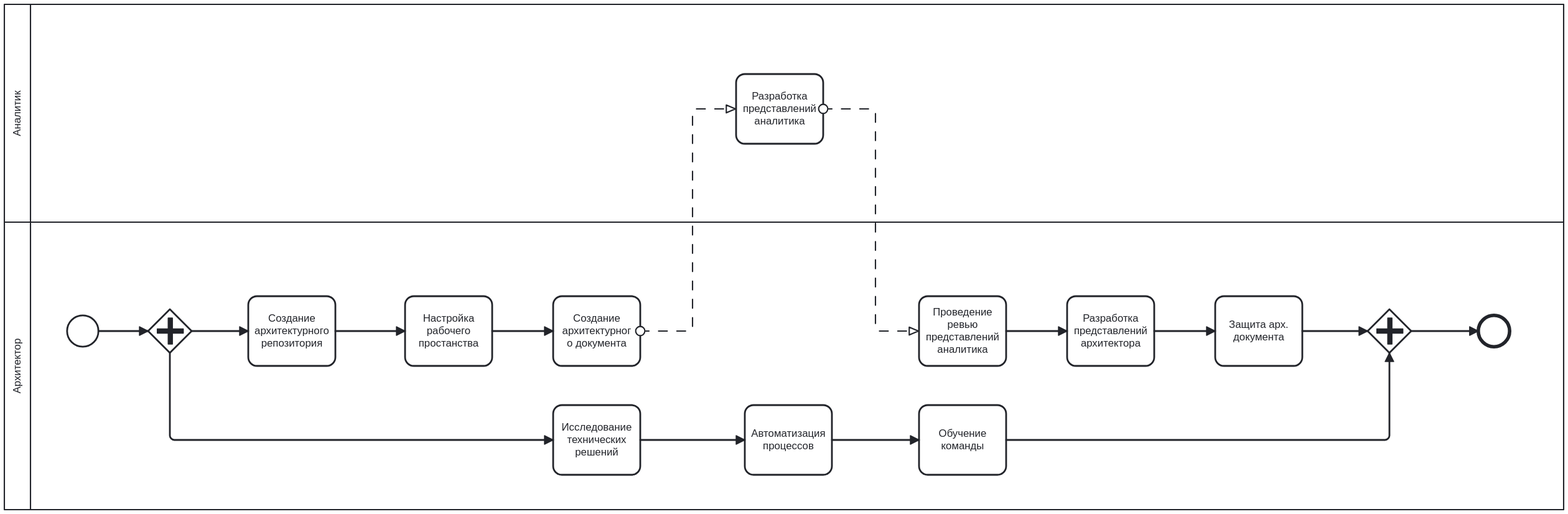
denis-volnenko/denis-volnenko.github.io keeps this BPMN diagram as site/images/process-archdoc-disign.svg. Above is the earlier version. Its source is kept beside it as site/images/process-archdoc-disign.bpmn. Ids are renumbered. The source it was exported from:
```xml
<bpmn:definitions xmlns:bpmn="http://www.omg.org/spec/BPMN/20100524/MODEL" xmlns:bpmndi="http://www.omg.org/spec/BPMN/20100524/DI" xmlns:dc="http://www.omg.org/spec/DD/20100524/DC" xmlns:di="http://www.omg.org/spec/DD/20100524/DI" xmlns:modeler="http://camunda.org/schema/modeler/1.0" id="Definitions_n1" targetNamespace="http://bpmn.io/schema/bpmn" exporter="Camunda Modeler" exporterVersion="5.30.0" modeler:executionPlatform="Camunda Cloud" modeler:executionPlatformVersion="8.6.0">
  <bpmn:collaboration id="Collaboration_n2">
    <bpmn:participant id="Participant_n3" name="Архитектор" processRef="Process_n4" />
    <bpmn:participant id="Participant_n5" name="Аналитик" processRef="Process_n6" />
    <bpmn:messageFlow id="Flow_n7" sourceRef="Activity_n8" targetRef="Activity_n9" />
    <bpmn:messageFlow id="Flow_n10" sourceRef="Activity_n9" targetRef="Activity_n11" />
  </bpmn:collaboration>
  <bpmn:process id="Process_n4" isExecutable="true">
    <bpmn:task id="Activity_n12" name="Создание архитектурного репозитория">
      <bpmn:incoming>Flow_n13</bpmn:incoming>
      <bpmn:outgoing>Flow_n14</bpmn:outgoing>
    </bpmn:task>
    <bpmn:task id="Activity_n15" name="Настройка рабочего простанства">
      <bpmn:incoming>Flow_n14</bpmn:incoming>
      <bpmn:outgoing>Flow_n16</bpmn:outgoing>
    </bpmn:task>
    <bpmn:task id="Activity_n11" name="Проведение ревью представлений аналитика">
      <bpmn:outgoing>Flow_n17</bpmn:outgoing>
    </bpmn:task>
    <bpmn:task id="Activity_n18" name="Разработка представлений архитектора">
      <bpmn:incoming>Flow_n17</bpmn:incoming>
      <bpmn:outgoing>Flow_n19</bpmn:outgoing>
    </bpmn:task>
    <bpmn:task id="Activity_n20" name="Защита арх. документа">
      <bpmn:incoming>Flow_n19</bpmn:incoming>
      <bpmn:outgoing>Flow_n21</bpmn:outgoing>
    </bpmn:task>
    <bpmn:task id="Activity_n8" name="Создание архитектурного документа">
      <bpmn:incoming>Flow_n16</bpmn:incoming>
    </bpmn:task>
    <bpmn:startEvent id="StartEvent_1">
      <bpmn:outgoing>Flow_n22</bpmn:outgoing>
    </bpmn:startEvent>
    <bpmn:parallelGateway id="Gateway_n23">
      <bpmn:incoming>Flow_n22</bpmn:incoming>
      <bpmn:outgoing>Flow_n13</bpmn:outgoing>
      <bpmn:outgoing>Flow_n24</bpmn:outgoing>
    </bpmn:parallelGateway>
    <bpmn:endEvent id="Event_n25">
      <bpmn:incoming>Flow_n26</bpmn:incoming>
    </bpmn:endEvent>
    <bpmn:parallelGateway id="Gateway_n27">
      <bpmn:incoming>Flow_n21</bpmn:incoming>
      <bpmn:incoming>Flow_n28</bpmn:incoming>
      <bpmn:outgoing>Flow_n26</bpmn:outgoing>
    </bpmn:parallelGateway>
    <bpmn:task id="Activity_n29" name="Обучение команды">
      <bpmn:incoming>Flow_n30</bpmn:incoming>
      <bpmn:outgoing>Flow_n28</bpmn:outgoing>
    </bpmn:task>
    <bpmn:task id="Activity_n31" name="Автоматизация процессов">
      <bpmn:incoming>Flow_n32</bpmn:incoming>
      <bpmn:outgoing>Flow_n30</bpmn:outgoing>
    </bpmn:task>
    <bpmn:task id="Activity_n33" name="Исследование технических решений">
      <bpmn:incoming>Flow_n24</bpmn:incoming>
      <bpmn:outgoing>Flow_n32</bpmn:outgoing>
    </bpmn:task>
    <bpmn:sequenceFlow id="Flow_n13" sourceRef="Gateway_n23" targetRef="Activity_n12" />
    <bpmn:sequenceFlow id="Flow_n14" sourceRef="Activity_n12" targetRef="Activity_n15" />
    <bpmn:sequenceFlow id="Flow_n16" sourceRef="Activity_n15" targetRef="Activity_n8" />
    <bpmn:sequenceFlow id="Flow_n17" sourceRef="Activity_n11" targetRef="Activity_n18" />
    <bpmn:sequenceFlow id="Flow_n19" sourceRef="Activity_n18" targetRef="Activity_n20" />
    <bpmn:sequenceFlow id="Flow_n21" sourceRef="Activity_n20" targetRef="Gateway_n27" />
    <bpmn:sequenceFlow id="Flow_n22" sourceRef="StartEvent_1" targetRef="Gateway_n23" />
    <bpmn:sequenceFlow id="Flow_n24" sourceRef="Gateway_n23" targetRef="Activity_n33" />
    <bpmn:sequenceFlow id="Flow_n26" sourceRef="Gateway_n27" targetRef="Event_n25" />
    <bpmn:sequenceFlow id="Flow_n28" sourceRef="Activity_n29" targetRef="Gateway_n27" />
    <bpmn:sequenceFlow id="Flow_n30" sourceRef="Activity_n31" targetRef="Activity_n29" />
    <bpmn:sequenceFlow id="Flow_n32" sourceRef="Activity_n33" targetRef="Activity_n31" />
  </bpmn:process>
  <bpmn:process id="Process_n6" isExecutable="false">
    <bpmn:task id="Activity_n9" name="Разработка представлений аналитика" />
  </bpmn:process>
  <bpmndi:BPMNDiagram id="BPMNDiagram_1">
    <bpmndi:BPMNPlane id="BPMNPlane_1" bpmnElement="Collaboration_n2">
      <bpmndi:BPMNShape id="Participant_n3_di" bpmnElement="Participant_n3" isHorizontal="true">
        <dc:Bounds x="160" y="330" width="1790" height="330" />
        <bpmndi:BPMNLabel />
      </bpmndi:BPMNShape>
      <bpmndi:BPMNShape id="Activity_n12_di" bpmnElement="Activity_n12">
        <dc:Bounds x="440" y="415" width="100" height="80" />
        <bpmndi:BPMNLabel />
      </bpmndi:BPMNShape>
      <bpmndi:BPMNShape id="Activity_n15_di" bpmnElement="Activity_n15">
        <dc:Bounds x="620" y="415" width="100" height="80" />
        <bpmndi:BPMNLabel />
      </bpmndi:BPMNShape>
      <bpmndi:BPMNShape id="Activity_n11_di" bpmnElement="Activity_n11">
        <dc:Bounds x="1210" y="415" width="100" height="80" />
        <bpmndi:BPMNLabel />
      </bpmndi:BPMNShape>
      <bpmndi:BPMNShape id="Activity_n18_di" bpmnElement="Activity_n18">
        <dc:Bounds x="1380" y="415" width="100" height="80" />
        <bpmndi:BPMNLabel />
      </bpmndi:BPMNShape>
      <bpmndi:BPMNShape id="Activity_n20_di" bpmnElement="Activity_n20">
        <dc:Bounds x="1550" y="415" width="100" height="80" />
        <bpmndi:BPMNLabel />
      </bpmndi:BPMNShape>
      <bpmndi:BPMNShape id="Activity_n8_di" bpmnElement="Activity_n8">
        <dc:Bounds x="790" y="415" width="100" height="80" />
        <bpmndi:BPMNLabel />
      </bpmndi:BPMNShape>
      <bpmndi:BPMNShape id="StartEvent_1_di" bpmnElement="StartEvent_1">
        <dc:Bounds x="232" y="437" width="36" height="36" />
      </bpmndi:BPMNShape>
      <bpmndi:BPMNShape id="Gateway_n23_di" bpmnElement="Gateway_n23">
        <dc:Bounds x="325" y="430" width="50" height="50" />
      </bpmndi:BPMNShape>
      <bpmndi:BPMNShape id="Event_n25_di" bpmnElement="Event_n25">
        <dc:Bounds x="1852" y="437" width="36" height="36" />
      </bpmndi:BPMNShape>
      <bpmndi:BPMNShape id="Gateway_n27_di" bpmnElement="Gateway_n27">
        <dc:Bounds x="1725" y="430" width="50" height="50" />
      </bpmndi:BPMNShape>
      <bpmndi:BPMNShape id="Activity_n29_di" bpmnElement="Activity_n29">
        <dc:Bounds x="1210" y="540" width="100" height="80" />
        <bpmndi:BPMNLabel />
      </bpmndi:BPMNShape>
      <bpmndi:BPMNShape id="Activity_n31_di" bpmnElement="Activity_n31">
        <dc:Bounds x="1010" y="540" width="100" height="80" />
        <bpmndi:BPMNLabel />
      </bpmndi:BPMNShape>
      <bpmndi:BPMNShape id="Activity_n33_di" bpmnElement="Activity_n33">
        <dc:Bounds x="790" y="540" width="100" height="80" />
        <bpmndi:BPMNLabel />
      </bpmndi:BPMNShape>
      <bpmndi:BPMNEdge id="Flow_n14_di" bpmnElement="Flow_n14">
        <di:waypoint x="540" y="455" />
        <di:waypoint x="620" y="455" />
      </bpmndi:BPMNEdge>
      <bpmndi:BPMNEdge id="Flow_n16_di" bpmnElement="Flow_n16">
        <di:waypoint x="720" y="455" />
        <di:waypoint x="790" y="455" />
      </bpmndi:BPMNEdge>
      <bpmndi:BPMNEdge id="Flow_n17_di" bpmnElement="Flow_n17">
        <di:waypoint x="1310" y="455" />
        <di:waypoint x="1380" y="455" />
      </bpmndi:BPMNEdge>
      <bpmndi:BPMNEdge id="Flow_n19_di" bpmnElement="Flow_n19">
        <di:waypoint x="1480" y="455" />
        <di:waypoint x="1550" y="455" />
      </bpmndi:BPMNEdge>
      <bpmndi:BPMNEdge id="Flow_n22_di" bpmnElement="Flow_n22">
        <di:waypoint x="268" y="455" />
        <di:waypoint x="325" y="455" />
      </bpmndi:BPMNEdge>
      <bpmndi:BPMNEdge id="Flow_n13_di" bpmnElement="Flow_n13">
        <di:waypoint x="375" y="455" />
        <di:waypoint x="440" y="455" />
      </bpmndi:BPMNEdge>
      <bpmndi:BPMNEdge id="Flow_n24_di" bpmnElement="Flow_n24">
        <di:waypoint x="350" y="480" />
        <di:waypoint x="350" y="580" />
        <di:waypoint x="790" y="580" />
      </bpmndi:BPMNEdge>
      <bpmndi:BPMNEdge id="Flow_n32_di" bpmnElement="Flow_n32">
        <di:waypoint x="890" y="580" />
        <di:waypoint x="1010" y="580" />
      </bpmndi:BPMNEdge>
      <bpmndi:BPMNEdge id="Flow_n30_di" bpmnElement="Flow_n30">
        <di:waypoint x="1110" y="580" />
        <di:waypoint x="1210" y="580" />
      </bpmndi:BPMNEdge>
      <bpmndi:BPMNEdge id="Flow_n21_di" bpmnElement="Flow_n21">
        <di:waypoint x="1650" y="455" />
        <di:waypoint x="1725" y="455" />
      </bpmndi:BPMNEdge>
      <bpmndi:BPMNEdge id="Flow_n26_di" bpmnElement="Flow_n26">
        <di:waypoint x="1775" y="455" />
        <di:waypoint x="1852" y="455" />
      </bpmndi:BPMNEdge>
      <bpmndi:BPMNEdge id="Flow_n28_di" bpmnElement="Flow_n28">
        <di:waypoint x="1310" y="580" />
        <di:waypoint x="1750" y="580" />
        <di:waypoint x="1750" y="480" />
      </bpmndi:BPMNEdge>
      <bpmndi:BPMNShape id="Participant_n5_di" bpmnElement="Participant_n5" isHorizontal="true">
        <dc:Bounds x="160" y="80" width="1790" height="250" />
        <bpmndi:BPMNLabel />
      </bpmndi:BPMNShape>
      <bpmndi:BPMNShape id="Activity_n9_di" bpmnElement="Activity_n9">
        <dc:Bounds x="1000" y="160" width="100" height="80" />
        <bpmndi:BPMNLabel />
      </bpmndi:BPMNShape>
      <bpmndi:BPMNEdge id="Flow_n7_di" bpmnElement="Flow_n7">
        <di:waypoint x="890" y="455" />
        <di:waypoint x="950" y="455" />
        <di:waypoint x="950" y="200" />
        <di:waypoint x="1000" y="200" />
      </bpmndi:BPMNEdge>
      <bpmndi:BPMNEdge id="Flow_n10_di" bpmnElement="Flow_n10">
        <di:waypoint x="1100" y="200" />
        <di:waypoint x="1160" y="200" />
        <di:waypoint x="1160" y="455" />
        <di:waypoint x="1210" y="455" />
      </bpmndi:BPMNEdge>
    </bpmndi:BPMNPlane>
  </bpmndi:BPMNDiagram>
</bpmn:definitions>
```
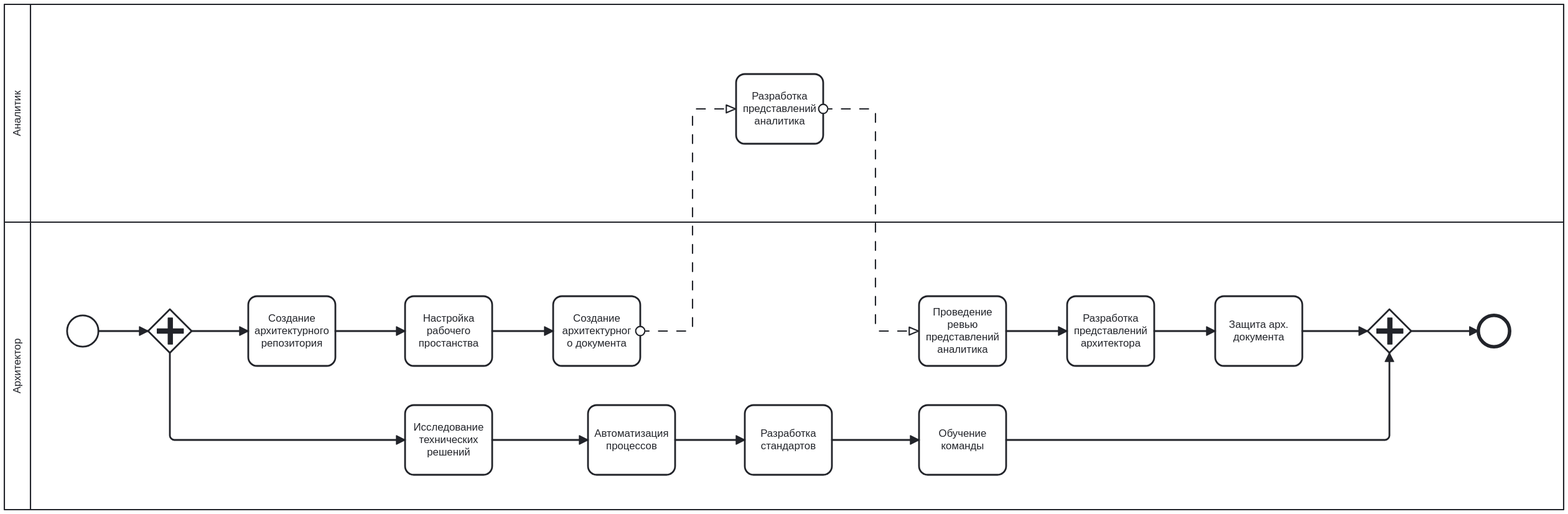
Above is the later version.

Diff of the diagram source:
```diff
@@ -45,16 +45,8 @@
       <bpmn:outgoing>Flow_n26</bpmn:outgoing>
     </bpmn:parallelGateway>
     <bpmn:task id="Activity_n29" name="Обучение команды">
-      <bpmn:incoming>Flow_n30</bpmn:incoming>
+      <bpmn:incoming>Flow_n34</bpmn:incoming>
       <bpmn:outgoing>Flow_n28</bpmn:outgoing>
-    </bpmn:task>
-    <bpmn:task id="Activity_n31" name="Автоматизация процессов">
-      <bpmn:incoming>Flow_n32</bpmn:incoming>
-      <bpmn:outgoing>Flow_n30</bpmn:outgoing>
-    </bpmn:task>
-    <bpmn:task id="Activity_n33" name="Исследование технических решений">
-      <bpmn:incoming>Flow_n24</bpmn:incoming>
-      <bpmn:outgoing>Flow_n32</bpmn:outgoing>
     </bpmn:task>
     <bpmn:sequenceFlow id="Flow_n13" sourceRef="Gateway_n23" targetRef="Activity_n12" />
     <bpmn:sequenceFlow id="Flow_n14" sourceRef="Activity_n12" targetRef="Activity_n15" />
@@ -66,8 +58,21 @@
     <bpmn:sequenceFlow id="Flow_n24" sourceRef="Gateway_n23" targetRef="Activity_n33" />
     <bpmn:sequenceFlow id="Flow_n26" sourceRef="Gateway_n27" targetRef="Event_n25" />
     <bpmn:sequenceFlow id="Flow_n28" sourceRef="Activity_n29" targetRef="Gateway_n27" />
-    <bpmn:sequenceFlow id="Flow_n30" sourceRef="Activity_n31" targetRef="Activity_n29" />
     <bpmn:sequenceFlow id="Flow_n32" sourceRef="Activity_n33" targetRef="Activity_n31" />
+    <bpmn:task id="Activity_n33" name="Исследование технических решений">
+      <bpmn:incoming>Flow_n24</bpmn:incoming>
+      <bpmn:outgoing>Flow_n32</bpmn:outgoing>
+    </bpmn:task>
+    <bpmn:sequenceFlow id="Flow_n35" sourceRef="Activity_n31" targetRef="Activity_n36" />
+    <bpmn:sequenceFlow id="Flow_n34" sourceRef="Activity_n36" targetRef="Activity_n29" />
+    <bpmn:task id="Activity_n31" name="Автоматизация процессов">
+      <bpmn:incoming>Flow_n32</bpmn:incoming>
+      <bpmn:outgoing>Flow_n35</bpmn:outgoing>
+    </bpmn:task>
+    <bpmn:task id="Activity_n36" name="Разработка стандартов">
+      <bpmn:incoming>Flow_n35</bpmn:incoming>
+      <bpmn:outgoing>Flow_n34</bpmn:outgoing>
+    </bpmn:task>
   </bpmn:process>
   <bpmn:process id="Process_n6" isExecutable="false">
     <bpmn:task id="Activity_n9" name="Разработка представлений аналитика" />
@@ -118,14 +123,22 @@
         <dc:Bounds x="1210" y="540" width="100" height="80" />
         <bpmndi:BPMNLabel />
       </bpmndi:BPMNShape>
+      <bpmndi:BPMNShape id="Activity_n33_di" bpmnElement="Activity_n33">
+        <dc:Bounds x="620" y="540" width="100" height="80" />
+        <bpmndi:BPMNLabel />
+      </bpmndi:BPMNShape>
       <bpmndi:BPMNShape id="Activity_n31_di" bpmnElement="Activity_n31">
+        <dc:Bounds x="830" y="540" width="100" height="80" />
+        <bpmndi:BPMNLabel />
+      </bpmndi:BPMNShape>
+      <bpmndi:BPMNShape id="Activity_n36_di" bpmnElement="Activity_n36">
         <dc:Bounds x="1010" y="540" width="100" height="80" />
         <bpmndi:BPMNLabel />
       </bpmndi:BPMNShape>
-      <bpmndi:BPMNShape id="Activity_n33_di" bpmnElement="Activity_n33">
-        <dc:Bounds x="790" y="540" width="100" height="80" />
-        <bpmndi:BPMNLabel />
-      </bpmndi:BPMNShape>
+      <bpmndi:BPMNEdge id="Flow_n13_di" bpmnElement="Flow_n13">
+        <di:waypoint x="375" y="455" />
+        <di:waypoint x="440" y="455" />
+      </bpmndi:BPMNEdge>
       <bpmndi:BPMNEdge id="Flow_n14_di" bpmnElement="Flow_n14">
         <di:waypoint x="540" y="455" />
         <di:waypoint x="620" y="455" />
@@ -142,30 +155,18 @@
         <di:waypoint x="1480" y="455" />
         <di:waypoint x="1550" y="455" />
       </bpmndi:BPMNEdge>
+      <bpmndi:BPMNEdge id="Flow_n21_di" bpmnElement="Flow_n21">
+        <di:waypoint x="1650" y="455" />
+        <di:waypoint x="1725" y="455" />
+      </bpmndi:BPMNEdge>
       <bpmndi:BPMNEdge id="Flow_n22_di" bpmnElement="Flow_n22">
         <di:waypoint x="268" y="455" />
         <di:waypoint x="325" y="455" />
       </bpmndi:BPMNEdge>
-      <bpmndi:BPMNEdge id="Flow_n13_di" bpmnElement="Flow_n13">
-        <di:waypoint x="375" y="455" />
-        <di:waypoint x="440" y="455" />
-      </bpmndi:BPMNEdge>
       <bpmndi:BPMNEdge id="Flow_n24_di" bpmnElement="Flow_n24">
         <di:waypoint x="350" y="480" />
         <di:waypoint x="350" y="580" />
-        <di:waypoint x="790" y="580" />
-      </bpmndi:BPMNEdge>
-      <bpmndi:BPMNEdge id="Flow_n32_di" bpmnElement="Flow_n32">
-        <di:waypoint x="890" y="580" />
-        <di:waypoint x="1010" y="580" />
-      </bpmndi:BPMNEdge>
-      <bpmndi:BPMNEdge id="Flow_n30_di" bpmnElement="Flow_n30">
-        <di:waypoint x="1110" y="580" />
-        <di:waypoint x="1210" y="580" />
-      </bpmndi:BPMNEdge>
-      <bpmndi:BPMNEdge id="Flow_n21_di" bpmnElement="Flow_n21">
-        <di:waypoint x="1650" y="455" />
-        <di:waypoint x="1725" y="455" />
+        <di:waypoint x="620" y="580" />
       </bpmndi:BPMNEdge>
       <bpmndi:BPMNEdge id="Flow_n26_di" bpmnElement="Flow_n26">
         <di:waypoint x="1775" y="455" />
@@ -176,6 +177,18 @@
         <di:waypoint x="1750" y="580" />
         <di:waypoint x="1750" y="480" />
       </bpmndi:BPMNEdge>
+      <bpmndi:BPMNEdge id="Flow_n32_di" bpmnElement="Flow_n32">
+        <di:waypoint x="720" y="580" />
+        <di:waypoint x="830" y="580" />
+      </bpmndi:BPMNEdge>
+      <bpmndi:BPMNEdge id="Flow_n35_di" bpmnElement="Flow_n35">
+        <di:waypoint x="930" y="580" />
+        <di:waypoint x="1010" y="580" />
+      </bpmndi:BPMNEdge>
+      <bpmndi:BPMNEdge id="Flow_n34_di" bpmnElement="Flow_n34">
+        <di:waypoint x="1110" y="580" />
+        <di:waypoint x="1210" y="580" />
+      </bpmndi:BPMNEdge>
       <bpmndi:BPMNShape id="Participant_n5_di" bpmnElement="Participant_n5" isHorizontal="true">
         <dc:Bounds x="160" y="80" width="1790" height="250" />
         <bpmndi:BPMNLabel />
@@ -184,18 +197,18 @@
         <dc:Bounds x="1000" y="160" width="100" height="80" />
         <bpmndi:BPMNLabel />
       </bpmndi:BPMNShape>
+      <bpmndi:BPMNEdge id="Flow_n10_di" bpmnElement="Flow_n10">
+        <di:waypoint x="1100" y="200" />
+        <di:waypoint x="1160" y="200" />
+        <di:waypoint x="1160" y="455" />
+        <di:waypoint x="1210" y="455" />
+      </bpmndi:BPMNEdge>
       <bpmndi:BPMNEdge id="Flow_n7_di" bpmnElement="Flow_n7">
         <di:waypoint x="890" y="455" />
         <di:waypoint x="950" y="455" />
         <di:waypoint x="950" y="200" />
         <di:waypoint x="1000" y="200" />
       </bpmndi:BPMNEdge>
-      <bpmndi:BPMNEdge id="Flow_n10_di" bpmnElement="Flow_n10">
-        <di:waypoint x="1100" y="200" />
-        <di:waypoint x="1160" y="200" />
-        <di:waypoint x="1160" y="455" />
-        <di:waypoint x="1210" y="455" />
-      </bpmndi:BPMNEdge>
     </bpmndi:BPMNPlane>
   </bpmndi:BPMNDiagram>
 </bpmn:definitions>
```
